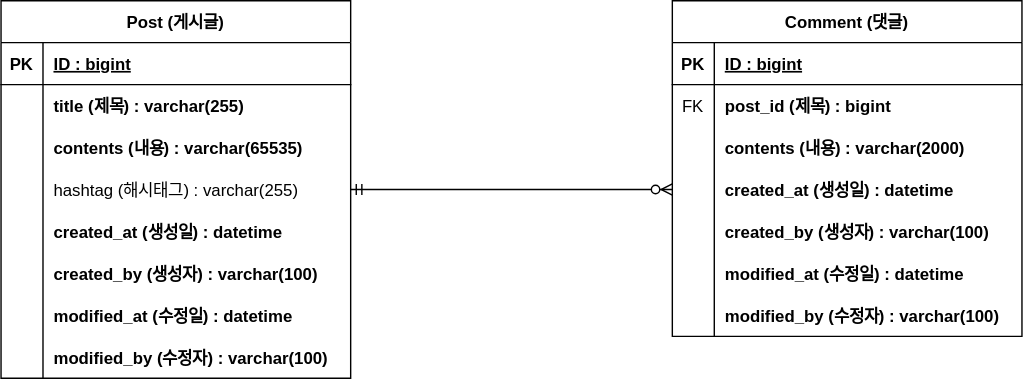
Above: document/erd.svg in leesh5000/board-project (draw.io), before the change. Source tidied: cells renumbered, new cells last; positions are measured from the earlier drawing's top-left corner, leaving out a move shared by most shapes.
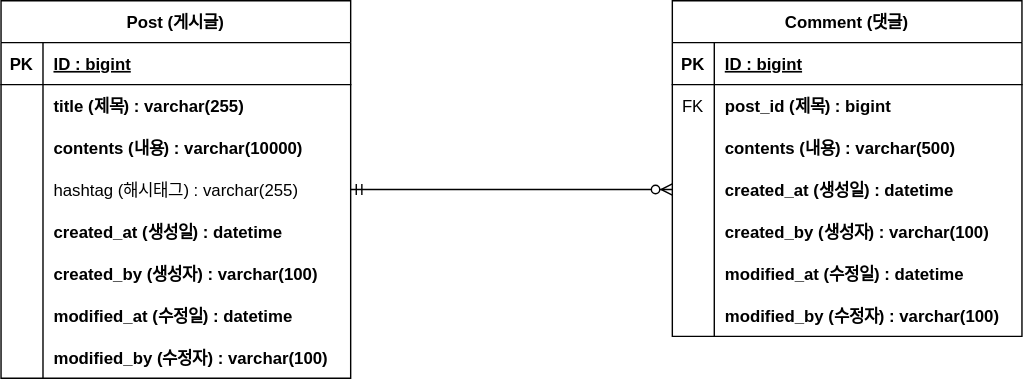
Above is the later version.

Commit message:
#12 - DB 접근 테스트 정의 : ERD 업데이트

Diff of the diagram source:
```diff
@@ -29,7 +29,7 @@
     <mxCell id="10" style="shape=partialRectangle;fillColor=none;top=0;left=0;bottom=0;right=0;overflow=hidden;" parent="9" vertex="1">
       <mxGeometry width="30" height="30" as="geometry" />
     </mxCell>
-    <mxCell id="11" value="contents (내용) : varchar(65535)" style="shape=partialRectangle;fillColor=none;top=0;left=0;bottom=0;right=0;align=left;spacingLeft=6;overflow=hidden;fontStyle=1;" parent="9" vertex="1">
+    <mxCell id="11" value="contents (내용) : varchar(10000)" style="shape=partialRectangle;fillColor=none;top=0;left=0;bottom=0;right=0;align=left;spacingLeft=6;overflow=hidden;fontStyle=1;" parent="9" vertex="1">
       <mxGeometry x="30" width="220" height="30" as="geometry" />
     </mxCell>
     <mxCell id="12" style="shape=tableRow;horizontal=0;startSize=0;swimlaneHead=0;swimlaneBody=0;fillColor=none;points=[[0,0.5],[1,0.5]];portConstraint=eastwest;top=0;left=0;right=0;bottom=0;" parent="2" vertex="1">
@@ -104,7 +104,7 @@
     <mxCell id="35" style="shape=partialRectangle;fillColor=none;top=0;left=0;bottom=0;right=0;overflow=hidden;" parent="34" vertex="1">
       <mxGeometry width="30" height="30" as="geometry" />
     </mxCell>
-    <mxCell id="36" value="contents (내용) : varchar(2000)" style="shape=partialRectangle;fillColor=none;top=0;left=0;bottom=0;right=0;align=left;spacingLeft=6;overflow=hidden;fontStyle=1;" parent="34" vertex="1">
+    <mxCell id="36" value="contents (내용) : varchar(500)" style="shape=partialRectangle;fillColor=none;top=0;left=0;bottom=0;right=0;align=left;spacingLeft=6;overflow=hidden;fontStyle=1;" parent="34" vertex="1">
       <mxGeometry x="30" width="220" height="30" as="geometry" />
     </mxCell>
     <mxCell id="37" style="shape=tableRow;horizontal=0;startSize=0;swimlaneHead=0;swimlaneBody=0;fillColor=none;points=[[0,0.5],[1,0.5]];portConstraint=eastwest;top=0;left=0;right=0;bottom=0;" parent="27" vertex="1">
```
